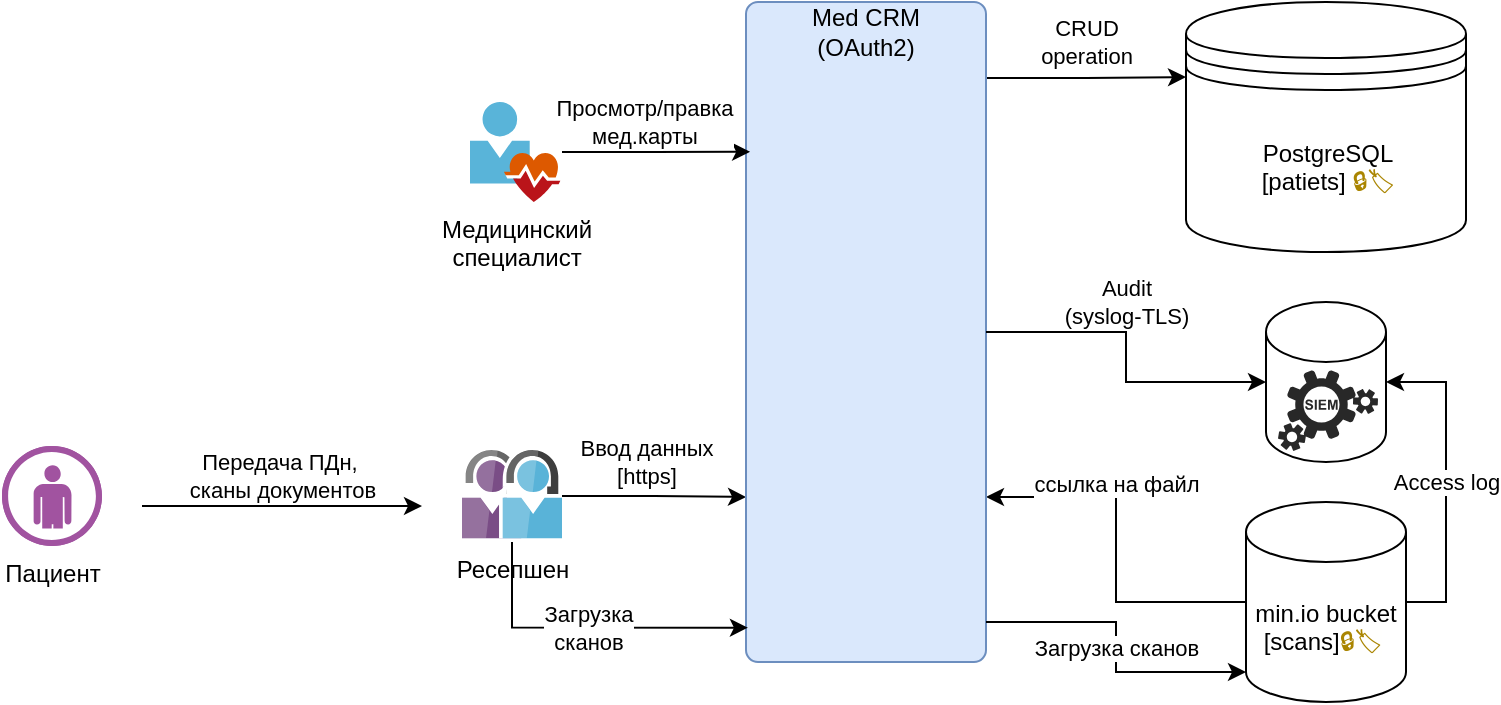
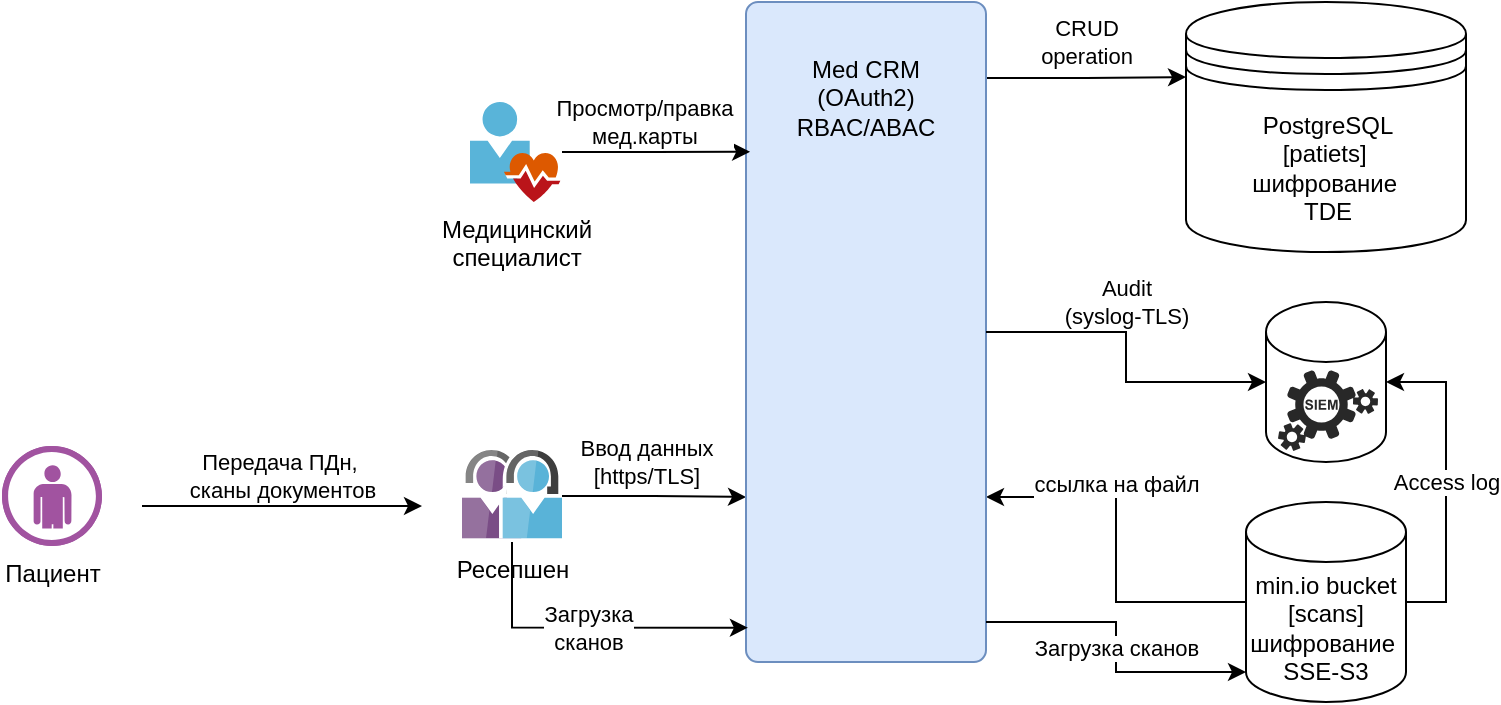
<mxfile host="Electron" agent="Mozilla/5.0 (Windows NT 10.0; Win64; x64) AppleWebKit/537.36 (KHTML, like Gecko) draw.io/27.0.9 Chrome/134.0.6998.205 Electron/35.4.0 Safari/537.36" version="27.0.9">
  <diagram name="page-1" id="RZKDnXtDUIhgZOeI2fBK">
    <mxGraphModel dx="784" dy="1185" grid="1" gridSize="10" guides="1" tooltips="1" connect="1" arrows="1" fold="1" page="1" pageScale="1" pageWidth="827" pageHeight="1169" math="0" shadow="0">
      <root>
        <mxCell id="0" />
        <mxCell id="1" parent="0" />
        <mxCell id="DZ8zT72nteaLKEoNppk9-17" value="" style="shape=datastore;whiteSpace=wrap;html=1;" parent="1" vertex="1">
          <mxGeometry x="632" y="20" width="140" height="125" as="geometry" />
        </mxCell>
        <mxCell id="DZ8zT72nteaLKEoNppk9-1" style="edgeStyle=orthogonalEdgeStyle;rounded=0;orthogonalLoop=1;jettySize=auto;html=1;entryX=0;entryY=0.5;entryDx=0;entryDy=0;flowAnimation=0;" parent="1" edge="1">
          <mxGeometry relative="1" as="geometry">
            <mxPoint x="250" y="272" as="targetPoint" />
            <mxPoint x="110" y="272" as="sourcePoint" />
          </mxGeometry>
        </mxCell>
        <mxCell id="DZ8zT72nteaLKEoNppk9-2" value="Передача ПДн,&amp;nbsp;&lt;div&gt;сканы документов&lt;/div&gt;" style="edgeLabel;html=1;align=center;verticalAlign=middle;resizable=0;points=[];" parent="DZ8zT72nteaLKEoNppk9-1" connectable="0" vertex="1">
          <mxGeometry x="-0.2286" y="-5" relative="1" as="geometry">
            <mxPoint x="16" y="-20" as="offset" />
          </mxGeometry>
        </mxCell>
        <mxCell id="DZ8zT72nteaLKEoNppk9-3" value="Пациент" style="verticalLabelPosition=bottom;sketch=0;html=1;fillColor=#A153A0;strokeColor=#ffffff;verticalAlign=top;align=center;points=[[0,0.5,0],[0.125,0.25,0],[0.25,0,0],[0.5,0,0],[0.75,0,0],[0.875,0.25,0],[1,0.5,0],[0.875,0.75,0],[0.75,1,0],[0.5,1,0],[0.125,0.75,0]];pointerEvents=1;shape=mxgraph.cisco_safe.compositeIcon;bgIcon=ellipse;resIcon=mxgraph.cisco_safe.design.user;" parent="1" vertex="1">
          <mxGeometry x="40" y="242" width="50" height="50" as="geometry" />
        </mxCell>
-         <mxCell id="DZ8zT72nteaLKEoNppk9-28" value="Ввод данных&lt;div&gt;[https]&lt;/div&gt;" style="edgeStyle=orthogonalEdgeStyle;rounded=0;orthogonalLoop=1;jettySize=auto;html=1;entryX=0;entryY=0.75;entryDx=0;entryDy=0;flowAnimation=0;" parent="1" source="DZ8zT72nteaLKEoNppk9-4" target="DZ8zT72nteaLKEoNppk9-6" edge="1">
+         <mxCell id="DZ8zT72nteaLKEoNppk9-28" value="Ввод данных&lt;div&gt;[https/TLS]&lt;/div&gt;" style="edgeStyle=orthogonalEdgeStyle;rounded=0;orthogonalLoop=1;jettySize=auto;html=1;entryX=0;entryY=0.75;entryDx=0;entryDy=0;flowAnimation=0;" parent="1" source="DZ8zT72nteaLKEoNppk9-4" target="DZ8zT72nteaLKEoNppk9-6" edge="1">
          <mxGeometry x="-0.0919" y="17" relative="1" as="geometry">
            <mxPoint as="offset" />
          </mxGeometry>
        </mxCell>
        <mxCell id="DZ8zT72nteaLKEoNppk9-4" value="Ресепшен" style="image;sketch=0;aspect=fixed;html=1;points=[];align=center;fontSize=12;image=img/lib/mscae/Support_Requests.svg;" parent="1" vertex="1">
          <mxGeometry x="270" y="244" width="50" height="46" as="geometry" />
        </mxCell>
        <mxCell id="DZ8zT72nteaLKEoNppk9-5" value="Медицинский&lt;div&gt;специалист&lt;/div&gt;" style="image;sketch=0;aspect=fixed;html=1;points=[];align=center;fontSize=12;image=img/lib/mscae/User_Health_Icon.svg;" parent="1" vertex="1">
          <mxGeometry x="274" y="70" width="46" height="50" as="geometry" />
        </mxCell>
        <mxCell id="DZ8zT72nteaLKEoNppk9-31" value="CRUD&lt;div&gt;operation&lt;/div&gt;" style="edgeStyle=orthogonalEdgeStyle;rounded=0;orthogonalLoop=1;jettySize=auto;html=1;exitX=1;exitY=0.25;exitDx=0;exitDy=0;entryX=0;entryY=0.3;entryDx=0;entryDy=0;flowAnimation=0;" parent="1" source="DZ8zT72nteaLKEoNppk9-6" target="DZ8zT72nteaLKEoNppk9-17" edge="1">
          <mxGeometry x="0.3104" y="18" relative="1" as="geometry">
            <Array as="points">
              <mxPoint x="532" y="58" />
              <mxPoint x="582" y="58" />
            </Array>
            <mxPoint as="offset" />
          </mxGeometry>
        </mxCell>
        <mxCell id="DZ8zT72nteaLKEoNppk9-33" value="ссылка на файл" style="edgeStyle=orthogonalEdgeStyle;rounded=0;orthogonalLoop=1;jettySize=auto;html=1;exitX=1;exitY=0.75;exitDx=0;exitDy=0;flowAnimation=0;startArrow=classic;startFill=1;endArrow=none;" parent="1" source="DZ8zT72nteaLKEoNppk9-6" target="DZ8zT72nteaLKEoNppk9-22" edge="1">
          <mxGeometry x="-0.2877" y="-7" relative="1" as="geometry">
            <mxPoint x="7" y="-7" as="offset" />
          </mxGeometry>
        </mxCell>
        <mxCell id="DZ8zT72nteaLKEoNppk9-6" value="" style="rounded=1;whiteSpace=wrap;html=1;fillColor=#dae8fc;strokeColor=#6c8ebf;arcSize=5;labelPosition=center;verticalLabelPosition=top;align=center;verticalAlign=bottom;" parent="1" vertex="1">
          <mxGeometry x="412" y="20" width="120" height="330" as="geometry" />
        </mxCell>
-         <mxCell id="DZ8zT72nteaLKEoNppk9-9" value="Med CRM&lt;div&gt;(OAuth2)&lt;/div&gt;" style="text;html=1;align=center;verticalAlign=middle;whiteSpace=wrap;rounded=0;" parent="1" vertex="1">
-           <mxGeometry x="412" y="20" width="120" height="30" as="geometry" />
+         <mxCell id="DZ8zT72nteaLKEoNppk9-9" value="Med CRM&lt;div&gt;(OAuth2)&lt;/div&gt;&lt;div&gt;RBAC/ABAC&lt;/div&gt;&lt;div&gt;&lt;br&gt;&lt;/div&gt;" style="text;html=1;align=center;verticalAlign=middle;whiteSpace=wrap;rounded=0;" parent="1" vertex="1">
+           <mxGeometry x="412" y="60" width="120" height="30" as="geometry" />
        </mxCell>
-         <mxCell id="DZ8zT72nteaLKEoNppk9-12" value="PostgreSQL&lt;div&gt;[patiets]&amp;nbsp;&lt;span style=&quot;caret-color: rgb(170, 133, 0); color: rgb(170, 133, 0); font-family: Menlo, Monaco, &amp;quot;Courier New&amp;quot;, monospace; text-align: start; white-space: pre; background-color: rgb(255, 255, 254);&quot;&gt;🔒🏷&lt;/span&gt;&lt;/div&gt;" style="text;html=1;align=center;verticalAlign=middle;whiteSpace=wrap;rounded=0;" parent="1" vertex="1">
+         <mxCell id="DZ8zT72nteaLKEoNppk9-12" value="PostgreSQL&lt;div&gt;[patiets]&amp;nbsp;&lt;/div&gt;&lt;div style=&quot;&quot;&gt;шифрование&amp;nbsp; TDE&lt;/div&gt;" style="text;html=1;align=center;verticalAlign=middle;whiteSpace=wrap;rounded=0;" parent="1" vertex="1">
          <mxGeometry x="658" y="70" width="90" height="65" as="geometry" />
        </mxCell>
        <mxCell id="DZ8zT72nteaLKEoNppk9-20" value="" style="shape=cylinder3;whiteSpace=wrap;html=1;boundedLbl=1;backgroundOutline=1;size=15;" parent="1" vertex="1">
          <mxGeometry x="672" y="170" width="60" height="80" as="geometry" />
        </mxCell>
        <mxCell id="DZ8zT72nteaLKEoNppk9-19" value="" style="verticalLabelPosition=bottom;sketch=0;html=1;fillColor=#282828;strokeColor=none;verticalAlign=top;pointerEvents=1;align=center;shape=mxgraph.cisco_safe.security_icons.siem;" parent="1" vertex="1">
          <mxGeometry x="678" y="204" width="50" height="40.5" as="geometry" />
        </mxCell>
        <mxCell id="DZ8zT72nteaLKEoNppk9-21" value="&lt;div style=&quot;font-style: normal; font-variant-caps: normal; font-weight: normal; letter-spacing: normal; text-align: start; text-indent: 0px; text-transform: none; word-spacing: 0px; -webkit-text-stroke-width: 0px; text-decoration: none; color: rgb(0, 0, 0); background-color: rgb(255, 255, 254); font-family: Menlo, Monaco, &amp;quot;Courier New&amp;quot;, monospace; font-size: 12px; line-height: 18px; white-space: pre;&quot;&gt;&lt;br&gt;&lt;/div&gt;" style="text;whiteSpace=wrap;html=1;" parent="1" vertex="1">
          <mxGeometry x="532" y="190" width="70" height="40" as="geometry" />
        </mxCell>
-         <mxCell id="DZ8zT72nteaLKEoNppk9-22" value="min.io bucket&lt;div&gt;[scans]&lt;span style=&quot;caret-color: rgb(170, 133, 0); color: rgb(170, 133, 0); font-family: Menlo, Monaco, &amp;quot;Courier New&amp;quot;, monospace; text-align: start; white-space: pre; background-color: rgb(255, 255, 254);&quot;&gt;🔒🏷&lt;/span&gt;&amp;nbsp;&lt;/div&gt;" style="shape=cylinder3;whiteSpace=wrap;html=1;boundedLbl=1;backgroundOutline=1;size=15;" parent="1" vertex="1">
+         <mxCell id="DZ8zT72nteaLKEoNppk9-22" value="min.io bucket&lt;div&gt;[scans]&lt;/div&gt;&lt;div&gt;шифрование&amp;nbsp;&lt;/div&gt;&lt;div&gt;SSE-S3&lt;/div&gt;" style="shape=cylinder3;whiteSpace=wrap;html=1;boundedLbl=1;backgroundOutline=1;size=15;" parent="1" vertex="1">
          <mxGeometry x="662" y="270" width="80" height="100" as="geometry" />
        </mxCell>
        <mxCell id="DZ8zT72nteaLKEoNppk9-30" value="Просмотр/правка&lt;div&gt;мед.карты&lt;/div&gt;" style="edgeStyle=orthogonalEdgeStyle;rounded=0;orthogonalLoop=1;jettySize=auto;html=1;entryX=0.017;entryY=0.227;entryDx=0;entryDy=0;entryPerimeter=0;flowAnimation=0;" parent="1" source="DZ8zT72nteaLKEoNppk9-5" target="DZ8zT72nteaLKEoNppk9-6" edge="1">
          <mxGeometry x="-0.1077" y="15" relative="1" as="geometry">
            <mxPoint x="-1" as="offset" />
          </mxGeometry>
        </mxCell>
        <mxCell id="DZ8zT72nteaLKEoNppk9-32" value="Audit&lt;div&gt;(syslog-TLS)&lt;/div&gt;" style="edgeStyle=orthogonalEdgeStyle;rounded=0;orthogonalLoop=1;jettySize=auto;html=1;exitX=1;exitY=0.5;exitDx=0;exitDy=0;entryX=0;entryY=0.5;entryDx=0;entryDy=0;entryPerimeter=0;flowAnimation=0;" parent="1" source="DZ8zT72nteaLKEoNppk9-6" target="DZ8zT72nteaLKEoNppk9-20" edge="1">
          <mxGeometry x="-0.1515" y="-15" relative="1" as="geometry">
            <mxPoint x="15" y="-15" as="offset" />
          </mxGeometry>
        </mxCell>
        <mxCell id="jZxzLncYA1tLggqiTFTo-1" value="Загрузка&lt;div&gt;сканов&lt;/div&gt;" style="edgeStyle=orthogonalEdgeStyle;rounded=0;orthogonalLoop=1;jettySize=auto;html=1;entryX=0.008;entryY=0.948;entryDx=0;entryDy=0;entryPerimeter=0;flowAnimation=0;" parent="1" source="DZ8zT72nteaLKEoNppk9-4" target="DZ8zT72nteaLKEoNppk9-6" edge="1">
          <mxGeometry relative="1" as="geometry">
            <Array as="points">
              <mxPoint x="295" y="333" />
            </Array>
          </mxGeometry>
        </mxCell>
        <mxCell id="jZxzLncYA1tLggqiTFTo-2" value="Загрузка сканов" style="edgeStyle=orthogonalEdgeStyle;rounded=0;orthogonalLoop=1;jettySize=auto;html=1;entryX=0;entryY=1;entryDx=0;entryDy=-15;entryPerimeter=0;flowAnimation=0;" parent="1" source="DZ8zT72nteaLKEoNppk9-6" target="DZ8zT72nteaLKEoNppk9-22" edge="1">
          <mxGeometry relative="1" as="geometry">
            <Array as="points">
              <mxPoint x="597" y="330" />
              <mxPoint x="597" y="355" />
            </Array>
          </mxGeometry>
        </mxCell>
        <mxCell id="jZxzLncYA1tLggqiTFTo-3" value="Access log" style="edgeStyle=orthogonalEdgeStyle;rounded=0;orthogonalLoop=1;jettySize=auto;html=1;exitX=1;exitY=0.5;exitDx=0;exitDy=0;exitPerimeter=0;entryX=1;entryY=0.5;entryDx=0;entryDy=0;entryPerimeter=0;flowAnimation=0;" parent="1" source="DZ8zT72nteaLKEoNppk9-22" target="DZ8zT72nteaLKEoNppk9-20" edge="1">
          <mxGeometry relative="1" as="geometry" />
        </mxCell>
      </root>
    </mxGraphModel>
  </diagram>
</mxfile>
